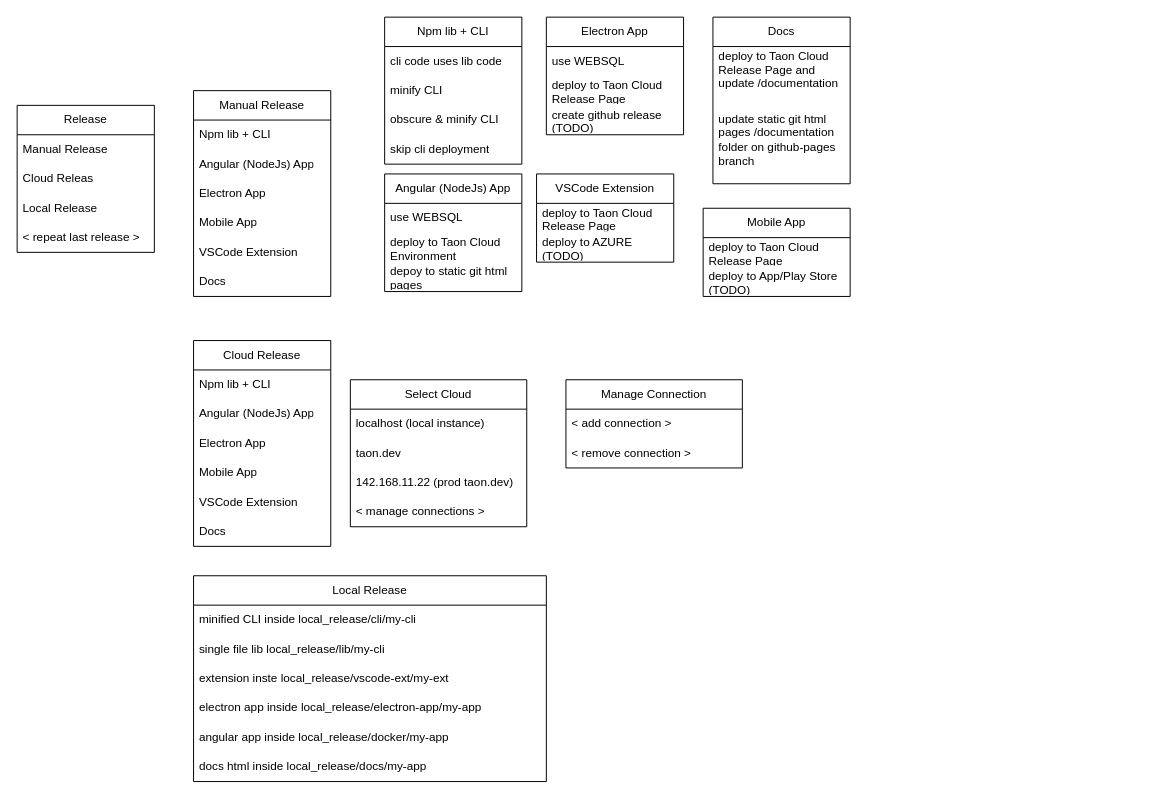
darekf77/tsc-npm-project keeps this draw.io diagram as src/lib/project/abstract/release-process/release-process.drawio. Above is the earlier version. Source tidied: cells renumbered, new cells numbered last; positions are measured from the earlier drawing's top-left corner, leaving out a move shared by most shapes. Both pictures are drawn from the tidied source at 98%, with x=0, y=0 at pixel (17, 17).
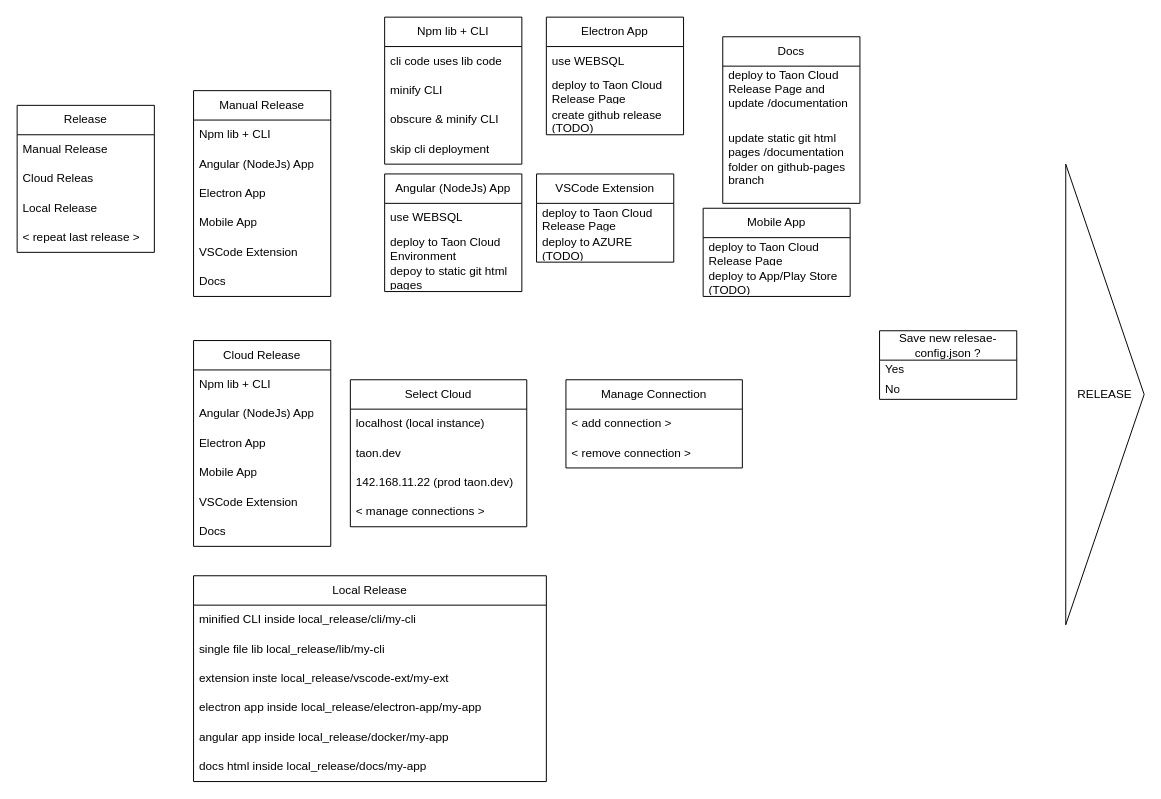
Above is the later version.

Diff of the diagram source:
```diff
@@
     <mxCell id="30" value="&lt;span style=&quot;text-align: left;&quot;&gt;Docs&lt;/span&gt;" style="swimlane;fontStyle=0;horizontal=1;startSize=30;whiteSpace=wrap;html=1;" parent="1" vertex="1">
-      <mxGeometry x="710" width="140" height="170" as="geometry" />
+      <mxGeometry x="720" y="20" width="140" height="170" as="geometry" />
     </mxCell>
@@
+    <mxCell id="58" value="&lt;span style=&quot;text-align: left;&quot;&gt;Save new relesae-config.json ?&lt;br&gt;&lt;/span&gt;" style="swimlane;fontStyle=0;horizontal=1;startSize=30;whiteSpace=wrap;html=1;" parent="1" vertex="1">
+      <mxGeometry x="880" y="320" width="140" height="70" as="geometry" />
+    </mxCell>
+    <mxCell id="59" value="Yes" style="text;strokeColor=none;fillColor=none;align=left;verticalAlign=middle;spacingLeft=4;spacingRight=4;overflow=hidden;whiteSpace=wrap;html=1;" parent="58" vertex="1">
+      <mxGeometry y="30" width="140" height="20" as="geometry" />
+    </mxCell>
+    <mxCell id="60" value="No" style="text;strokeColor=none;fillColor=none;align=left;verticalAlign=middle;spacingLeft=4;spacingRight=4;overflow=hidden;whiteSpace=wrap;html=1;" parent="58" vertex="1">
+      <mxGeometry y="50" width="140" height="20" as="geometry" />
+    </mxCell>
+    <mxCell id="61" value="RELEASE" style="triangle;whiteSpace=wrap;html=1;" parent="1" vertex="1">
+      <mxGeometry x="1070" y="150" width="80" height="470" as="geometry" />
+    </mxCell>
```
